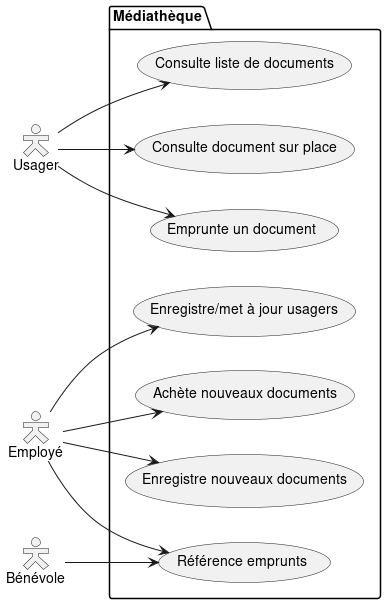
Earlier version of the PlantUML export 2_interface/1_maquette/2_uml/mediatheque.png (teegre/CDA22075). Source of this version:
```plantuml
@startuml
skinparam actorStyle Hollow
left to right direction
actor Usager as U
actor Employé as E
actor Bénévole as B
package Médiathèque {
  usecase "Consulte liste de documents" as list
  usecase "Consulte document sur place" as here
  usecase "Emprunte un document" as borr
  usecase "Enregistre/met à jour usagers" as recuser
  usecase "Achète nouveaux documents" as buy
  usecase "Enregistre nouveaux documents" as recdoc
  usecase "Référence emprunts" as refer
}
U --> list
U --> here
U --> borr
E --> recuser
E --> buy
E --> recdoc
E --> refer
B --> refer
@enduml
```
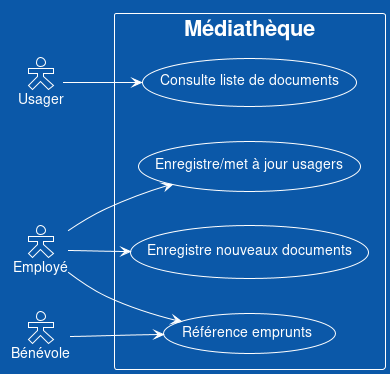
The same diagram one commit later.

Change to the diagram source:
```diff
@@ -1,23 +1,18 @@
 @startuml
+!theme amiga
 skinparam actorStyle Hollow
 left to right direction
 actor Usager as U
 actor Employé as E
 actor Bénévole as B
-package Médiathèque {
+rectangle Médiathèque {
   usecase "Consulte liste de documents" as list
-  usecase "Consulte document sur place" as here
-  usecase "Emprunte un document" as borr
   usecase "Enregistre/met à jour usagers" as recuser
-  usecase "Achète nouveaux documents" as buy
   usecase "Enregistre nouveaux documents" as recdoc
   usecase "Référence emprunts" as refer
 }
 U --> list
-U --> here
-U --> borr
 E --> recuser
-E --> buy
 E --> recdoc
 E --> refer
 B --> refer
```
